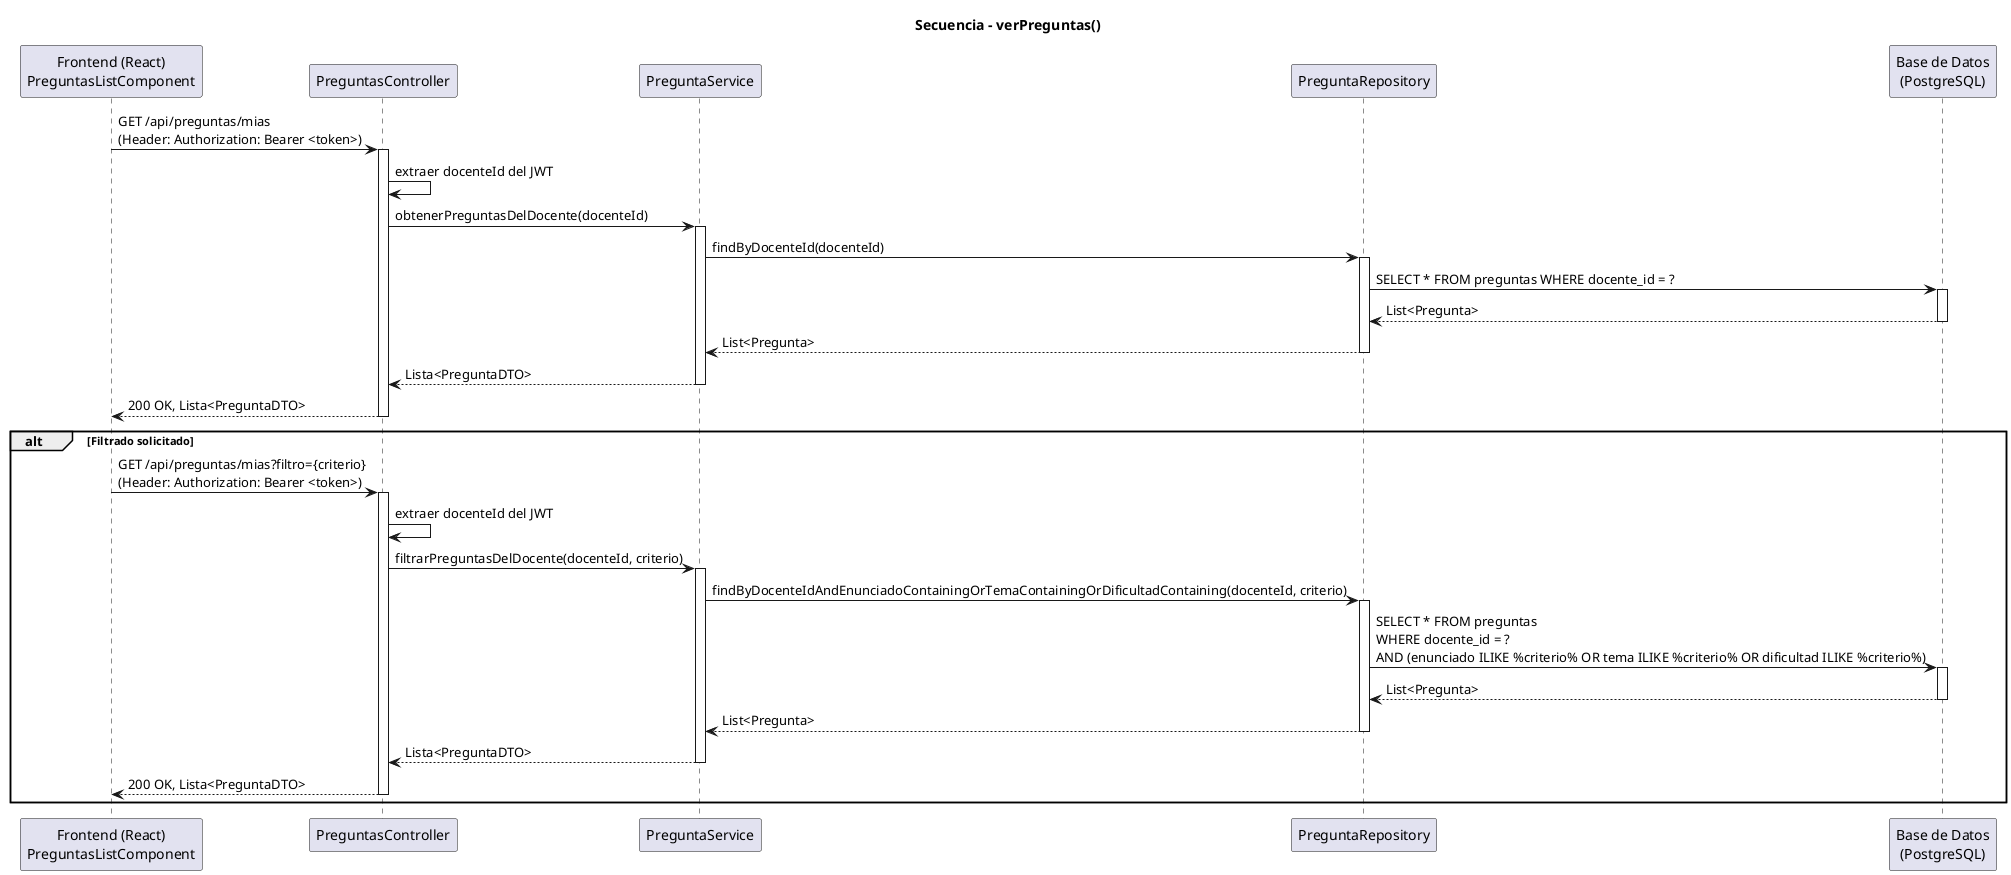
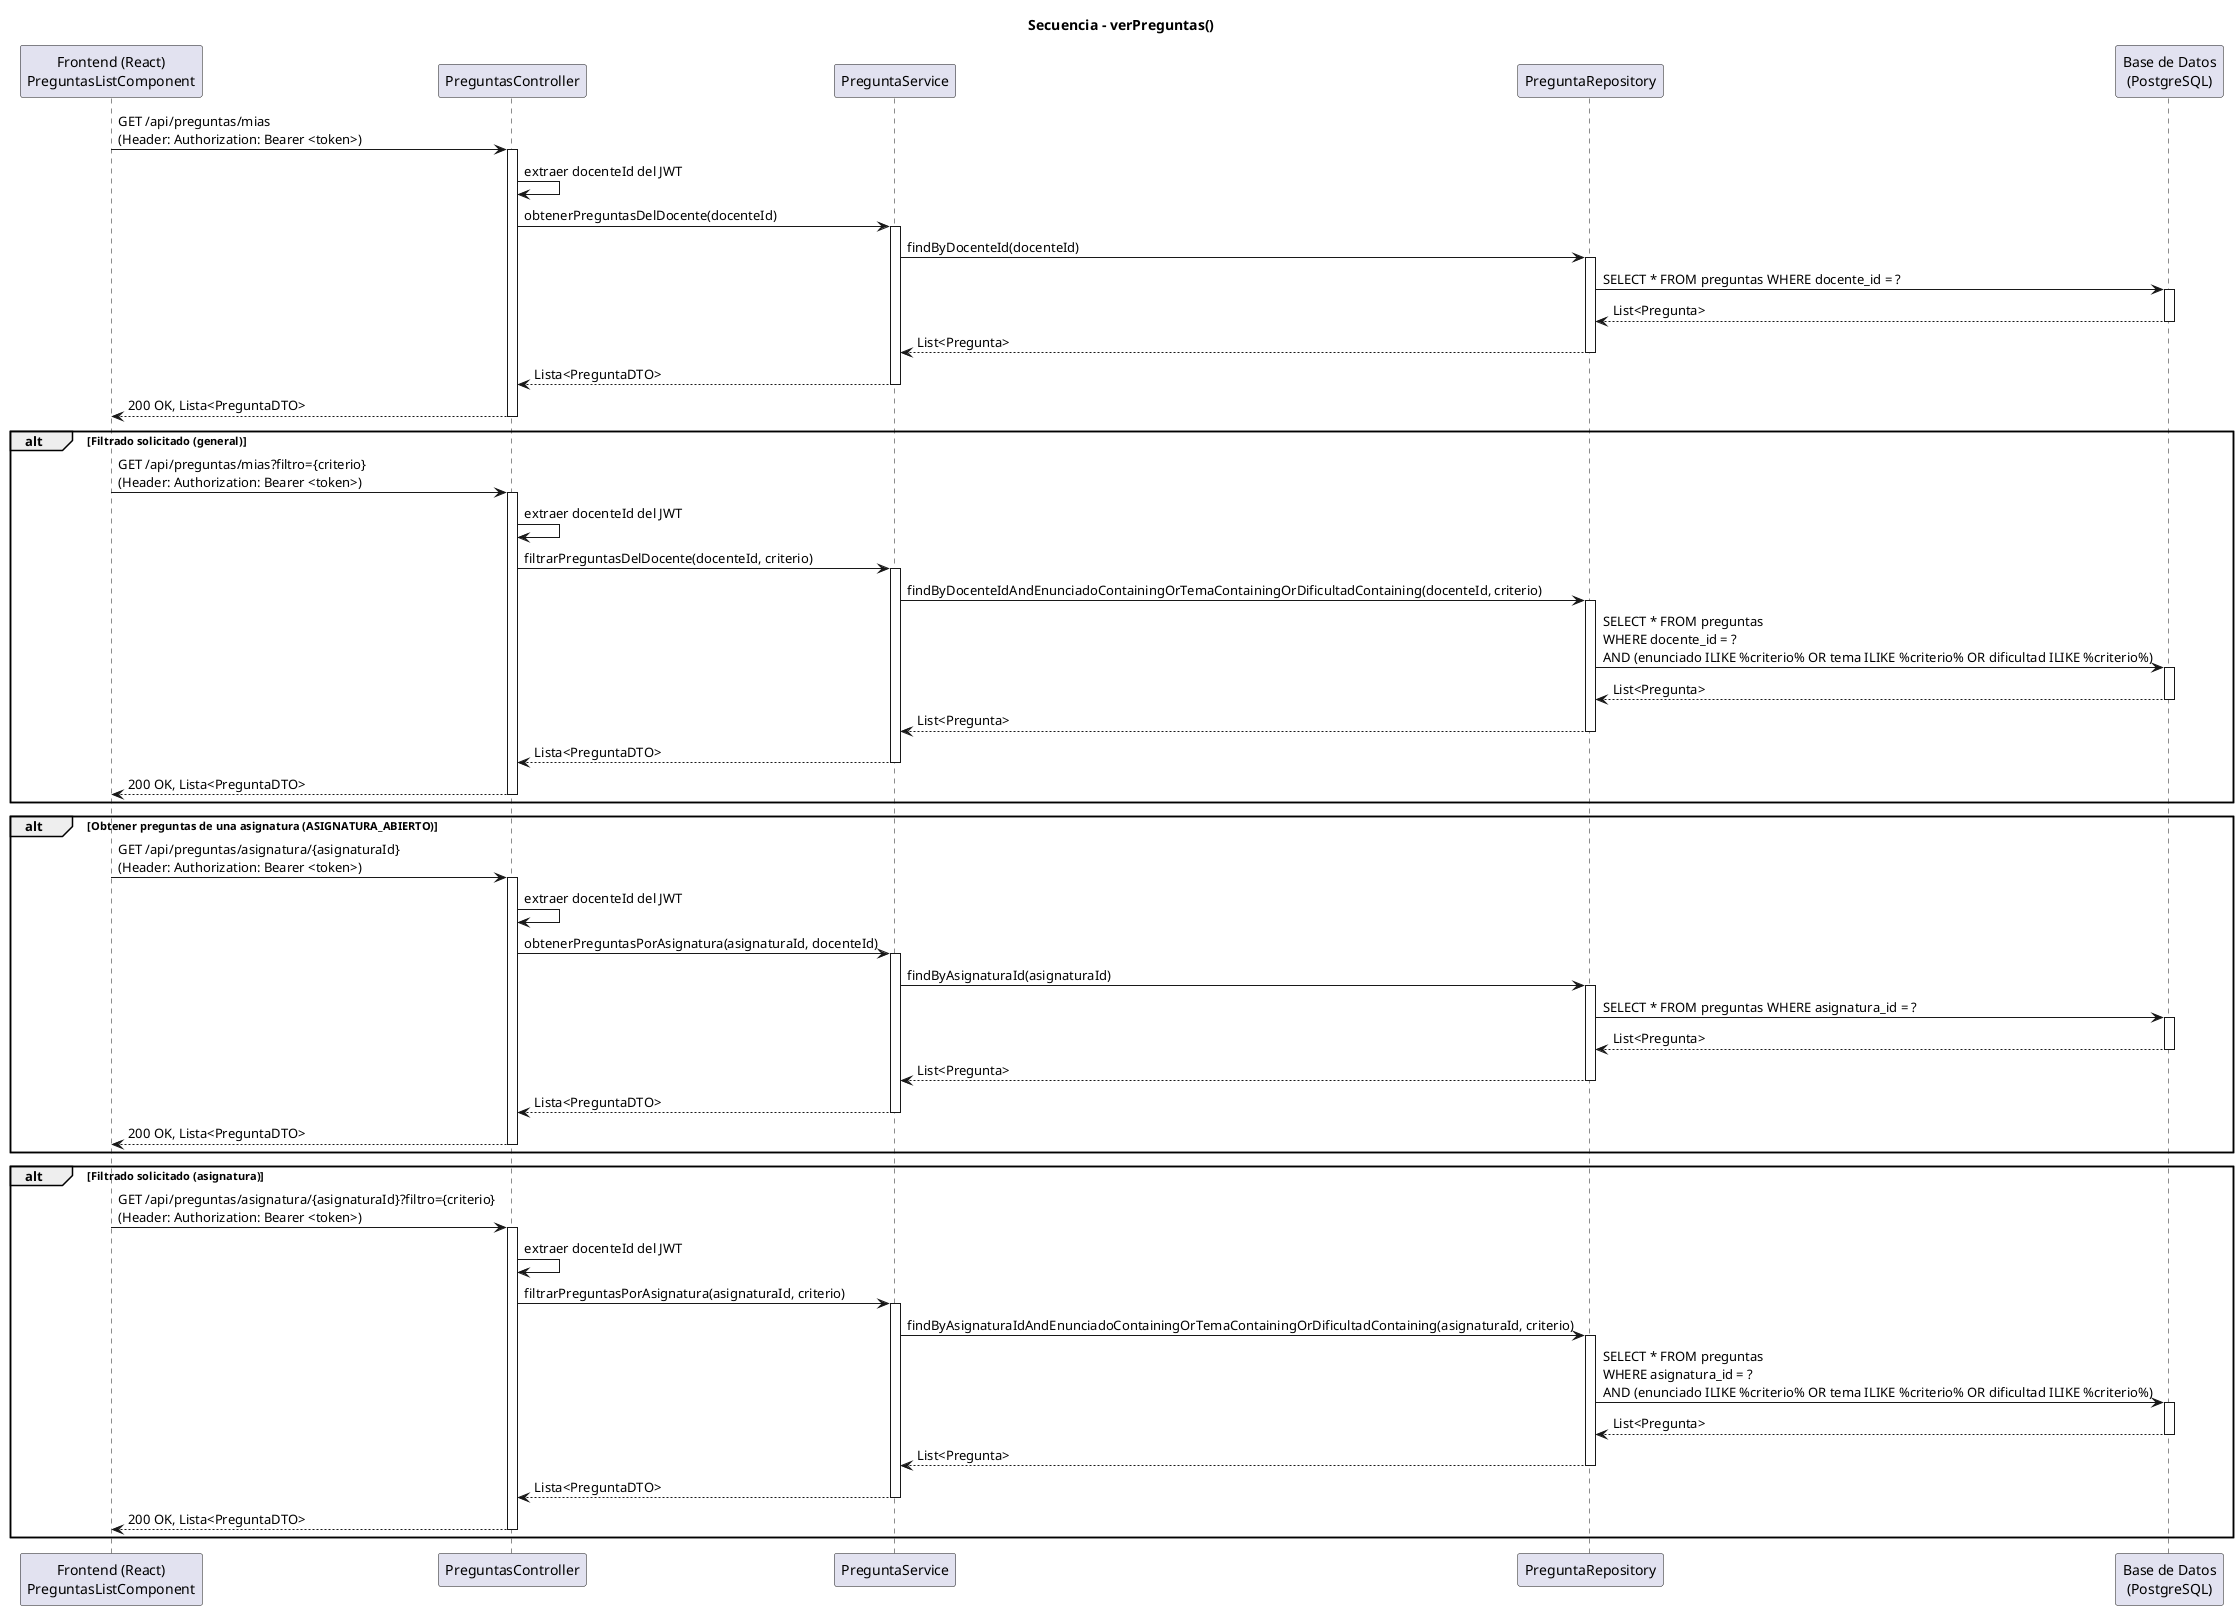
@startuml secuencia-verPreguntas

title Secuencia - verPreguntas()

participant "Frontend (React)\nPreguntasListComponent" as view
participant "PreguntasController" as controller
participant "PreguntaService" as service
participant "PreguntaRepository" as repository
participant "Base de Datos\n(PostgreSQL)" as db

view -> controller : GET /api/preguntas/mias\n(Header: Authorization: Bearer <token>)
activate controller
controller -> controller: extraer docenteId del JWT
controller -> service : obtenerPreguntasDelDocente(docenteId)
activate service

service -> repository : findByDocenteId(docenteId)
activate repository

repository -> db : SELECT * FROM preguntas WHERE docente_id = ?
activate db
db --> repository : List<Pregunta>
deactivate db

repository --> service : List<Pregunta>
deactivate repository

service --> controller : Lista<PreguntaDTO>
deactivate service

controller --> view : 200 OK, Lista<PreguntaDTO>
deactivate controller

- alt Filtrado solicitado
+ alt Filtrado solicitado (general)

view -> controller : GET /api/preguntas/mias?filtro={criterio}\n(Header: Authorization: Bearer <token>)
activate controller

controller -> controller: extraer docenteId del JWT
controller -> service : filtrarPreguntasDelDocente(docenteId, criterio)
activate service

service -> repository : findByDocenteIdAndEnunciadoContainingOrTemaContainingOrDificultadContaining(docenteId, criterio)
activate repository

repository -> db : SELECT * FROM preguntas\nWHERE docente_id = ?\nAND (enunciado ILIKE %criterio% OR tema ILIKE %criterio% OR dificultad ILIKE %criterio%)
activate db
db --> repository : List<Pregunta>
deactivate db

repository --> service : List<Pregunta>
deactivate repository

service --> controller : Lista<PreguntaDTO>
deactivate service

controller --> view : 200 OK, Lista<PreguntaDTO>
deactivate controller

end

+ ' === Camino contextual: desde ASIGNATURA_ABIERTO ===
+ 
+ alt Obtener preguntas de una asignatura (ASIGNATURA_ABIERTO)
+ 
+ view -> controller : GET /api/preguntas/asignatura/{asignaturaId}\n(Header: Authorization: Bearer <token>)
+ activate controller
+ 
+ controller -> controller: extraer docenteId del JWT
+ controller -> service : obtenerPreguntasPorAsignatura(asignaturaId, docenteId)
+ activate service
+ 
+ service -> repository : findByAsignaturaId(asignaturaId)
+ activate repository
+ 
+ repository -> db : SELECT * FROM preguntas WHERE asignatura_id = ?
+ activate db
+ db --> repository : List<Pregunta>
+ deactivate db
+ 
+ repository --> service : List<Pregunta>
+ deactivate repository
+ 
+ service --> controller : Lista<PreguntaDTO>
+ deactivate service
+ 
+ controller --> view : 200 OK, Lista<PreguntaDTO>
+ deactivate controller
+ 
+ end
+ 
+ alt Filtrado solicitado (asignatura)
+ 
+ view -> controller : GET /api/preguntas/asignatura/{asignaturaId}?filtro={criterio}\n(Header: Authorization: Bearer <token>)
+ activate controller
+ 
+ controller -> controller: extraer docenteId del JWT
+ controller -> service : filtrarPreguntasPorAsignatura(asignaturaId, criterio)
+ activate service
+ 
+ service -> repository : findByAsignaturaIdAndEnunciadoContainingOrTemaContainingOrDificultadContaining(asignaturaId, criterio)
+ activate repository
+ 
+ repository -> db : SELECT * FROM preguntas\nWHERE asignatura_id = ?\nAND (enunciado ILIKE %criterio% OR tema ILIKE %criterio% OR dificultad ILIKE %criterio%)
+ activate db
+ db --> repository : List<Pregunta>
+ deactivate db
+ 
+ repository --> service : List<Pregunta>
+ deactivate repository
+ 
+ service --> controller : Lista<PreguntaDTO>
+ deactivate service
+ 
+ controller --> view : 200 OK, Lista<PreguntaDTO>
+ deactivate controller
+ 
+ end
+ 
@enduml